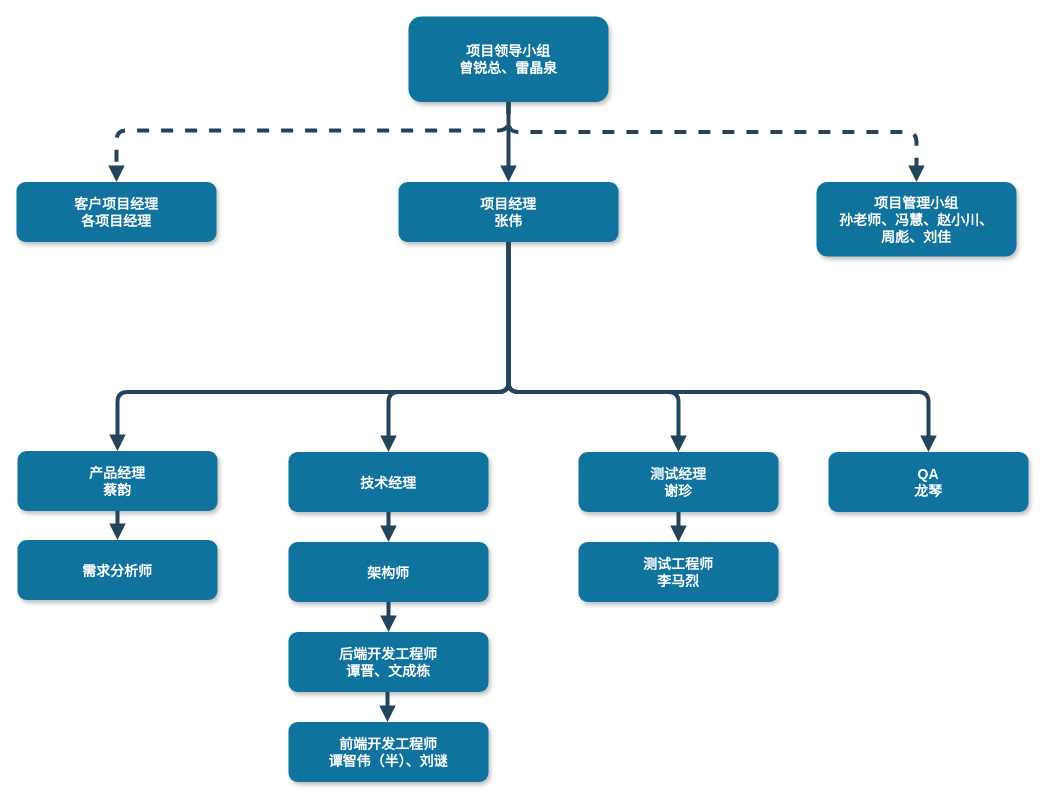
warmsheep/my-example keeps this draw.io diagram as page "项目组成员" (2 of 2) of 流程管理项目组织架构.drawio. Above is the earlier version. Source tidied: cells renumbered, new cells numbered last; positions are measured from the earlier drawing's top-left corner, leaving out a move shared by most shapes. Both pictures are drawn from the tidied source at 100%, with x=0, y=0 at pixel (16, 16).
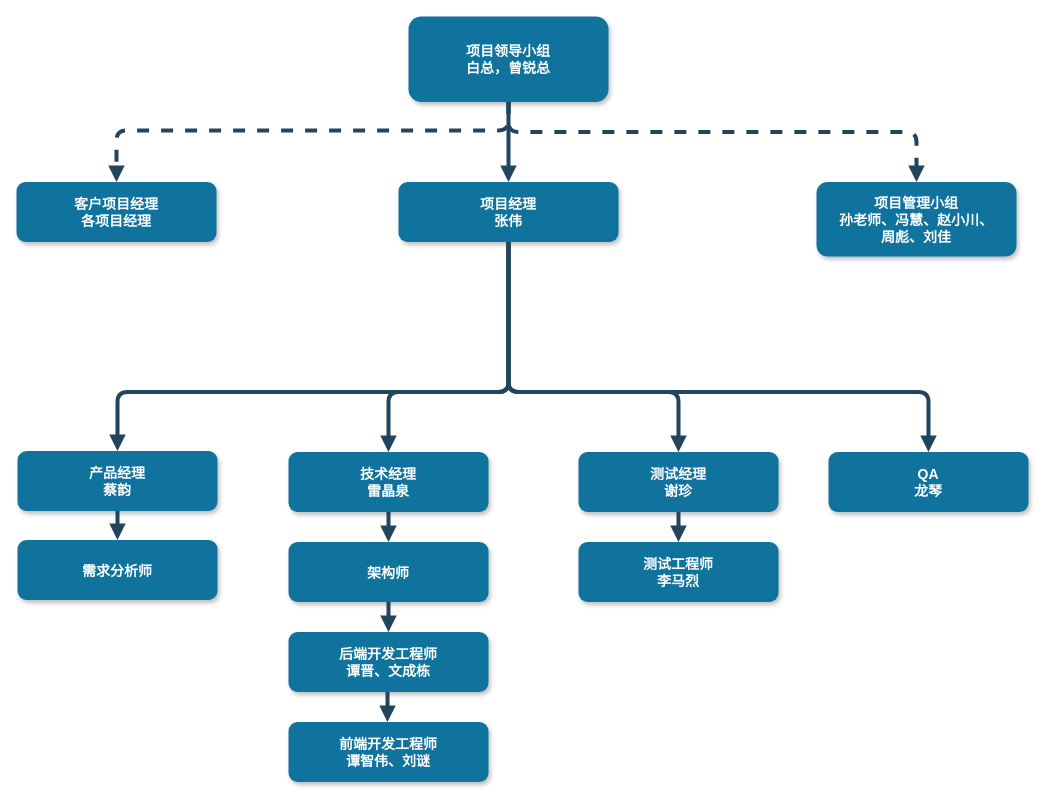
The same page after the edit.

Commit message:
更新流程管理项目组织架构.drawio

Diff of the diagram source:
```diff
@@
-    <mxCell id="2" value="项目领导小组&#10;曾锐总、雷晶泉" style="rounded=1;fillColor=#10739E;strokeColor=none;shadow=1;gradientColor=none;fontStyle=1;fontColor=#FFFFFF;fontSize=14;" parent="1" vertex="1">
+    <mxCell id="2" value="项目领导小组&#10;白总，曾锐总" style="rounded=1;fillColor=#10739E;strokeColor=none;shadow=1;gradientColor=none;fontStyle=1;fontColor=#FFFFFF;fontSize=14;" parent="1" vertex="1">
       <mxGeometry x="392" width="200" height="85.5" as="geometry" />
     </mxCell>
@@
-    <mxCell id="7" value="技术经理" style="rounded=1;fillColor=#10739E;strokeColor=none;shadow=1;gradientColor=none;fontStyle=1;fontColor=#FFFFFF;fontSize=14;" parent="1" vertex="1">
+    <mxCell id="7" value="技术经理&#10;雷晶泉" style="rounded=1;fillColor=#10739E;strokeColor=none;shadow=1;gradientColor=none;fontStyle=1;fontColor=#FFFFFF;fontSize=14;" parent="1" vertex="1">
       <mxGeometry x="272" y="435.5" width="200" height="60" as="geometry" />
     </mxCell>
@@
-    <mxCell id="23" value="前端开发工程师&#10;谭智伟（半）、刘谜" style="rounded=1;fillColor=#10739E;strokeColor=none;shadow=1;gradientColor=none;fontStyle=1;fontColor=#FFFFFF;fontSize=14;" parent="1" vertex="1">
+    <mxCell id="23" value="前端开发工程师&#10;谭智伟、刘谜" style="rounded=1;fillColor=#10739E;strokeColor=none;shadow=1;gradientColor=none;fontStyle=1;fontColor=#FFFFFF;fontSize=14;" parent="1" vertex="1">
       <mxGeometry x="272" y="705.5" width="200" height="60" as="geometry" />
     </mxCell>
```
